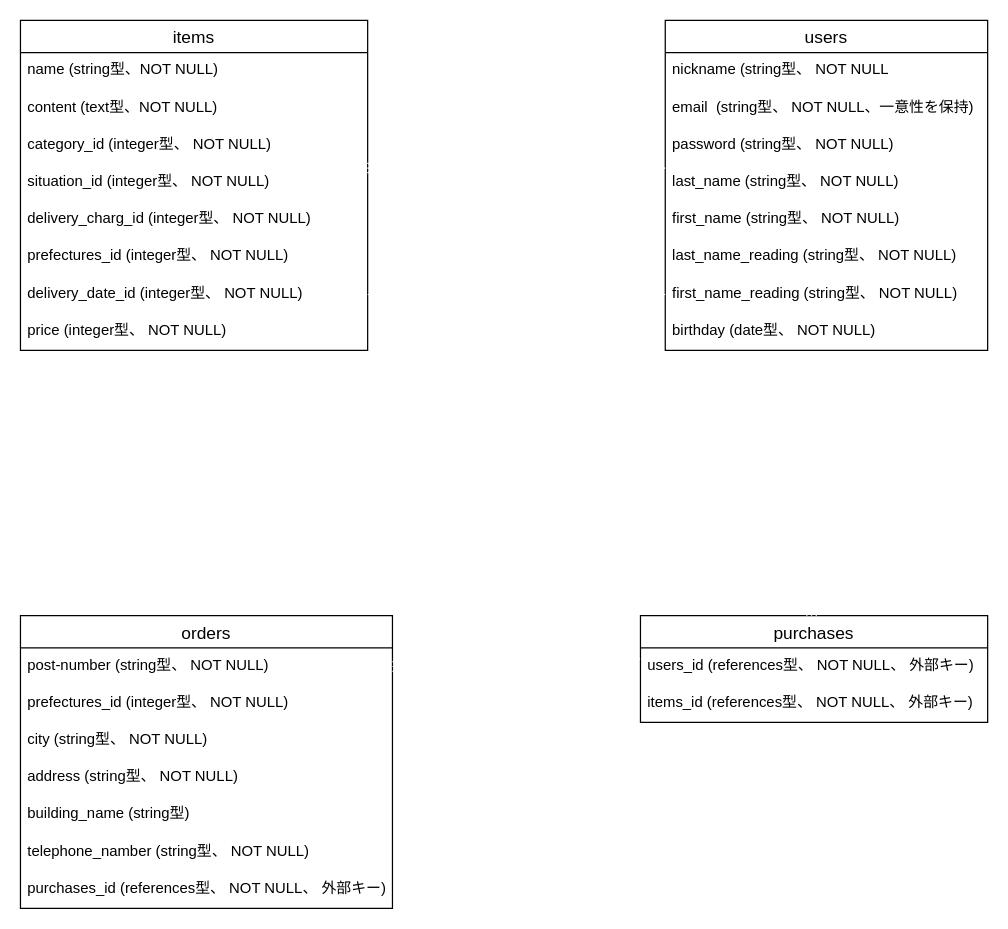
yuto1108/furima-37946 keeps this draw.io diagram as furima.dio. Above is the earlier version. Source tidied: cells renumbered, new cells numbered last; positions are measured from the earlier drawing's top-left corner, leaving out a move shared by most shapes. Both pictures are drawn from the tidied source at 124%, with x=0, y=0 at pixel (20, 20).
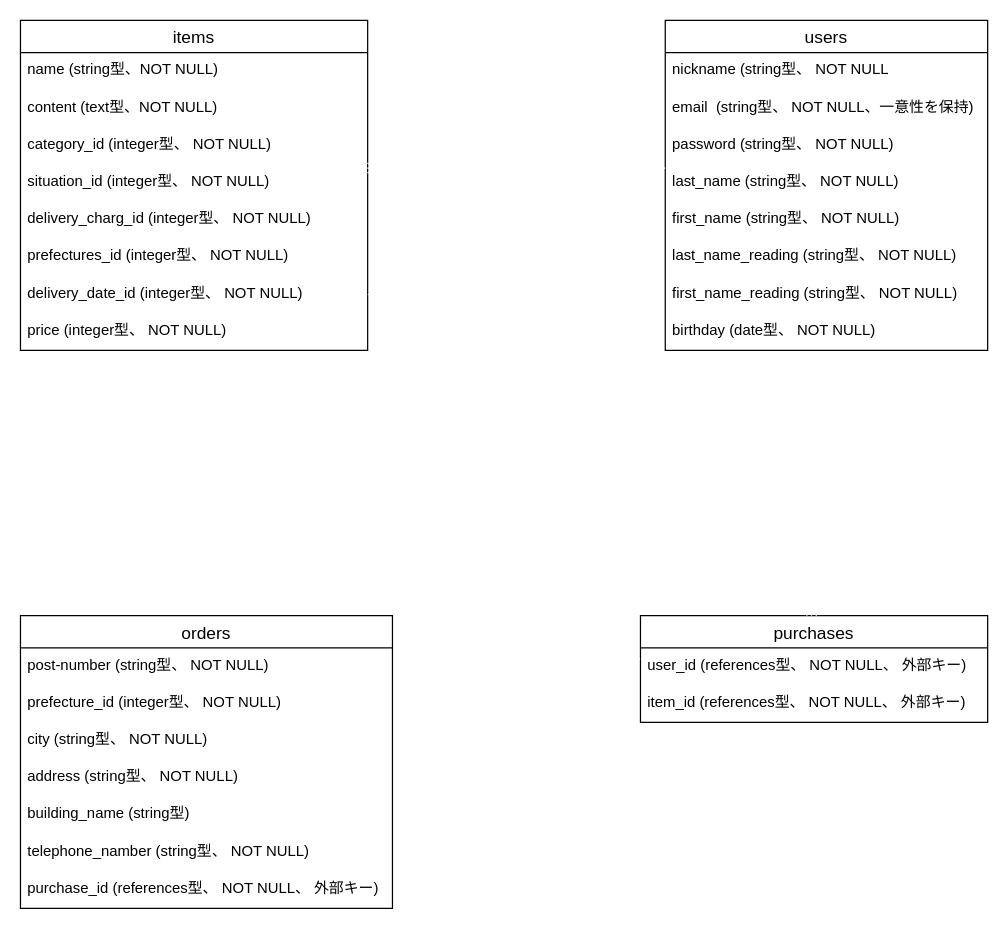
Above is the later version.

Commit message (it also covers changes not shown here):
データーベース設計　直し３回目

Unchanged cells that the change refers to:
```xml
<mxCell id="18" value="first_name_reading (string型、 NOT NULL)" style="text;strokeColor=none;fillColor=none;spacingLeft=4;spacingRight=4;overflow=hidden;points=[[0,0.5],[1,0.5]];portConstraint=eastwest;fontSize=12;" parent="11" vertex="1">
  <mxGeometry y="206" width="260" height="30" as="geometry" />
</mxCell>
<mxCell id="20" value="orders" style="swimlane;fontStyle=0;horizontal=1;startSize=26;align=center;fontSize=14;" parent="1" vertex="1">
  <mxGeometry y="480" width="300" height="236" as="geometry" />
</mxCell>
<mxCell id="21" value="post-number (string型、 NOT NULL)&#10;" style="text;strokeColor=none;fillColor=none;spacingLeft=4;spacingRight=4;overflow=hidden;points=[[0,0.5],[1,0.5]];portConstraint=eastwest;fontSize=12;" parent="20" vertex="1">
  <mxGeometry y="26" width="300" height="30" as="geometry" />
</mxCell>
<mxCell id="28" value="purchases" style="swimlane;fontStyle=0;horizontal=1;startSize=26;align=center;fontSize=14;" parent="1" vertex="1">
  <mxGeometry x="500" y="480" width="280" height="86" as="geometry" />
</mxCell>
```

Diff of the diagram source:
```diff
@@
-    <mxCell id="22" value="prefectures_id (integer型、 NOT NULL)" style="text;strokeColor=none;fillColor=none;spacingLeft=4;spacingRight=4;overflow=hidden;points=[[0,0.5],[1,0.5]];portConstraint=eastwest;fontSize=12;" parent="20" vertex="1">
+    <mxCell id="22" value="prefecture_id (integer型、 NOT NULL)" style="text;strokeColor=none;fillColor=none;spacingLeft=4;spacingRight=4;overflow=hidden;points=[[0,0.5],[1,0.5]];portConstraint=eastwest;fontSize=12;" parent="20" vertex="1">
       <mxGeometry y="56" width="300" height="30" as="geometry" />
     </mxCell>
@@
-    <mxCell id="27" value="purchases_id (references型、 NOT NULL、 外部キー)" style="text;strokeColor=none;fillColor=none;spacingLeft=4;spacingRight=4;overflow=hidden;fontSize=12;" parent="20" vertex="1">
+    <mxCell id="27" value="purchase_id (references型、 NOT NULL、 外部キー)" style="text;strokeColor=none;fillColor=none;spacingLeft=4;spacingRight=4;overflow=hidden;fontSize=12;" parent="20" vertex="1">
       <mxGeometry y="206" width="300" height="30" as="geometry" />
     </mxCell>
@@
-    <mxCell id="29" value="users_id (references型、 NOT NULL、 外部キー)" style="text;strokeColor=none;fillColor=none;spacingLeft=4;spacingRight=4;overflow=hidden;points=[[0,0.5],[1,0.5]];portConstraint=eastwest;fontSize=12;" parent="28" vertex="1">
+    <mxCell id="29" value="user_id (references型、 NOT NULL、 外部キー)" style="text;strokeColor=none;fillColor=none;spacingLeft=4;spacingRight=4;overflow=hidden;points=[[0,0.5],[1,0.5]];portConstraint=eastwest;fontSize=12;" parent="28" vertex="1">
       <mxGeometry y="26" width="280" height="30" as="geometry" />
     </mxCell>
-    <mxCell id="30" value="items_id (references型、 NOT NULL、 外部キー)" style="text;strokeColor=none;fillColor=none;spacingLeft=4;spacingRight=4;overflow=hidden;points=[[0,0.5],[1,0.5]];portConstraint=eastwest;fontSize=12;" parent="28" vertex="1">
+    <mxCell id="30" value="item_id (references型、 NOT NULL、 外部キー)" style="text;strokeColor=none;fillColor=none;spacingLeft=4;spacingRight=4;overflow=hidden;points=[[0,0.5],[1,0.5]];portConstraint=eastwest;fontSize=12;" parent="28" vertex="1">
       <mxGeometry y="56" width="280" height="30" as="geometry" />
     </mxCell>
@@
-    <mxCell id="32" style="edgeStyle=entityRelationEdgeStyle;fontSize=12;html=1;endArrow=ERoneToMany;startArrow=ERmandOne;strokeColor=#FFFFFF;elbow=vertical;exitX=0;exitY=0.5;exitDx=0;exitDy=0;entryX=1;entryY=0.5;entryDx=0;entryDy=0;" parent="1" edge="1" source="18" target="21">
-      <mxGeometry relative="1" as="geometry" />
-    </mxCell>
@@
-    <mxCell id="34" style="fontSize=12;html=1;endArrow=ERoneToMany;startArrow=ERmandOne;strokeColor=#FFFFFF;elbow=vertical;entryX=0.469;entryY=-0.004;entryDx=0;entryDy=0;entryPerimeter=0;" parent="1" edge="1" target="20">
-      <mxGeometry relative="1" as="geometry">
-        <mxPoint x="140" y="270" as="sourcePoint" />
-      </mxGeometry>
-    </mxCell>
```
